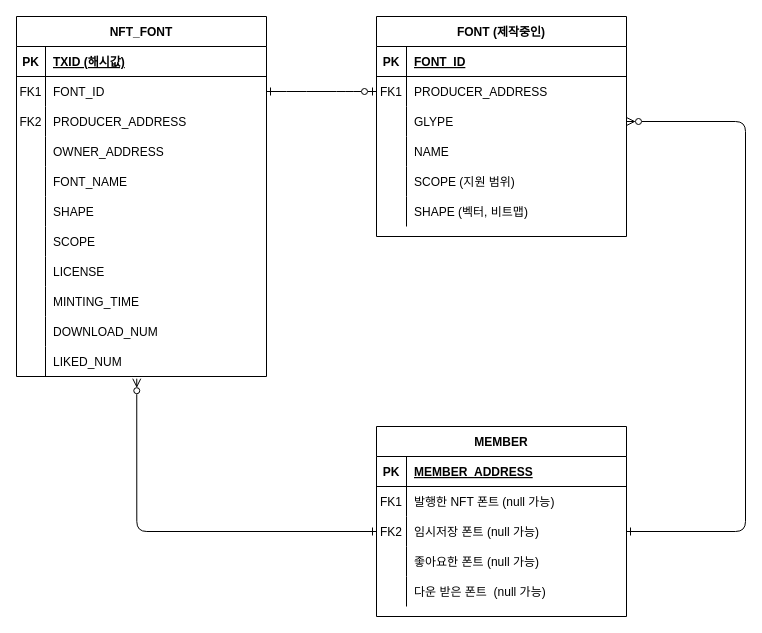
Earlier version of the draw.io diagram nft-font.drawio (seminss/chambit-practice). Source tidied: cells renumbered, new cells numbered last; positions are measured from the earlier drawing's top-left corner, leaving out a move shared by most shapes. Both pictures are drawn from the tidied source at 100%, with x=0, y=0 at pixel (16, 16).
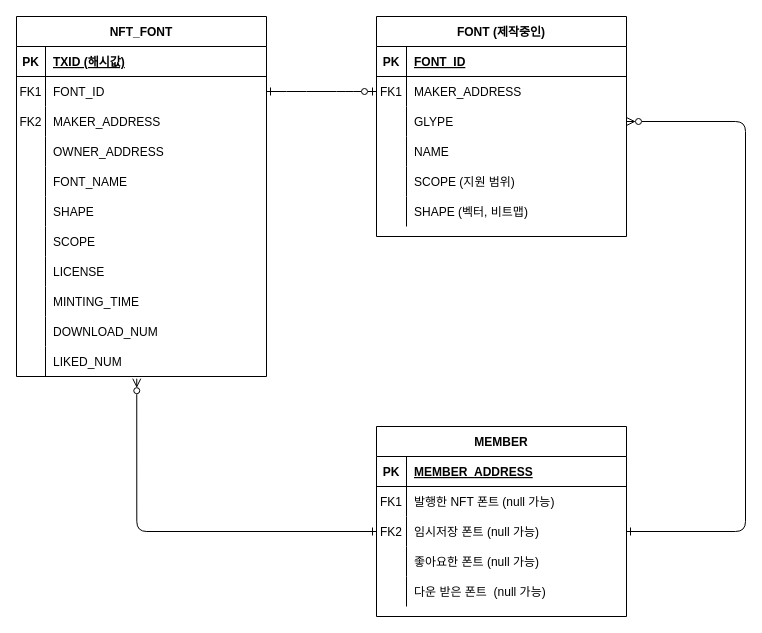
After the change.

The change refers to these unchanged cells:
```xml
<mxCell id="7" style="shape=partialRectangle;fillColor=none;points=[[0,0.5],[1,0.5]];portConstraint=eastwest;top=0;left=0;right=0;bottom=0;" parent="3" vertex="1">
  <mxGeometry y="60" width="250" height="30" as="geometry" />
</mxCell>
<mxCell id="45" style="shape=partialRectangle;fillColor=none;top=0;left=0;right=0;bottom=0;" parent="38" vertex="1">
  <mxGeometry y="90" width="250" height="30" as="geometry" />
</mxCell>
```

Diff of the diagram source:
```diff
@@
-    <mxCell id="9" value="PRODUCER_ADDRESS" style="shape=partialRectangle;overflow=hidden;fillColor=none;top=0;left=0;bottom=0;right=0;align=left;spacingLeft=6;" parent="7" vertex="1">
+    <mxCell id="9" value="MAKER_ADDRESS" style="shape=partialRectangle;overflow=hidden;fillColor=none;top=0;left=0;bottom=0;right=0;align=left;spacingLeft=6;" parent="7" vertex="1">
       <mxGeometry x="30" width="220" height="30" as="geometry" />
     </mxCell>
@@
-    <mxCell id="47" value="PRODUCER_ADDRESS     " style="shape=partialRectangle;overflow=hidden;fillColor=none;top=0;left=0;bottom=0;right=0;align=left;spacingLeft=6;" parent="45" vertex="1">
+    <mxCell id="47" value="MAKER_ADDRESS     " style="shape=partialRectangle;overflow=hidden;fillColor=none;top=0;left=0;bottom=0;right=0;align=left;spacingLeft=6;" parent="45" vertex="1">
       <mxGeometry x="29" width="221" height="30" as="geometry" />
     </mxCell>
```
